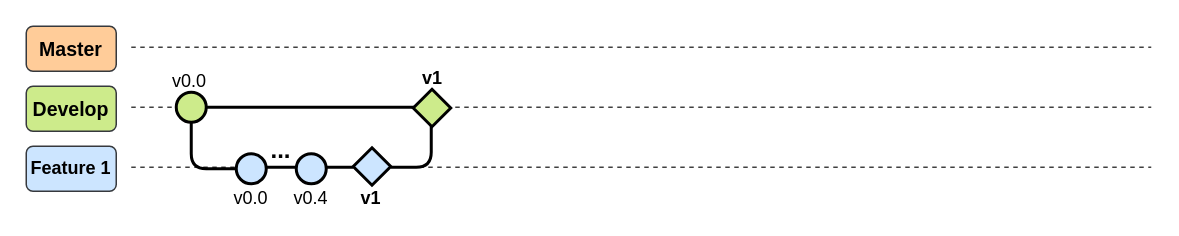
Earlier version of the draw.io diagram page "Develop" (2 of 3) of 03_ImagenesRepo/01_GitFlow.drawio (LEOSZ8/Tesis_Msc_LSZ). Source tidied: cells renumbered, new cells numbered last; positions are measured from the earlier drawing's top-left corner, leaving out a move shared by most shapes. Both pictures are drawn from the tidied source at 150%, with x=0, y=0 at pixel (26, 26).
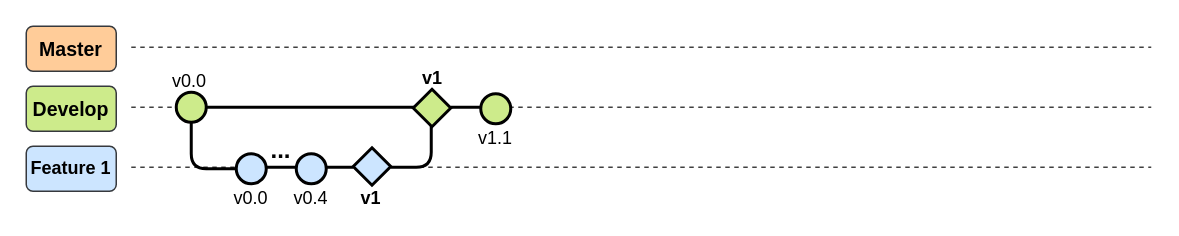
After the change.

The edit, as a diff of the source:
```diff
@@
+    <mxCell id="24" style="edgeStyle=orthogonalEdgeStyle;rounded=0;orthogonalLoop=1;jettySize=auto;html=1;endArrow=none;endFill=0;strokeWidth=2;" parent="1" edge="1">
+      <mxGeometry relative="1" as="geometry">
+        <mxPoint x="283" y="54" as="sourcePoint" />
+        <mxPoint x="303" y="54" as="targetPoint" />
+      </mxGeometry>
+    </mxCell>
+    <mxCell id="25" style="ellipse;whiteSpace=wrap;html=1;fillColor=#CDEB8B;strokeColor=#000000;strokeWidth=2;" parent="1" vertex="1">
+      <mxGeometry x="303" y="45" width="20" height="20" as="geometry" />
+    </mxCell>
+    <mxCell id="26" value="v1.1" style="text;html=1;align=center;verticalAlign=middle;whiteSpace=wrap;rounded=0;" parent="1" vertex="1">
+      <mxGeometry x="298" y="70" width="30" height="10" as="geometry" />
+    </mxCell>
```
